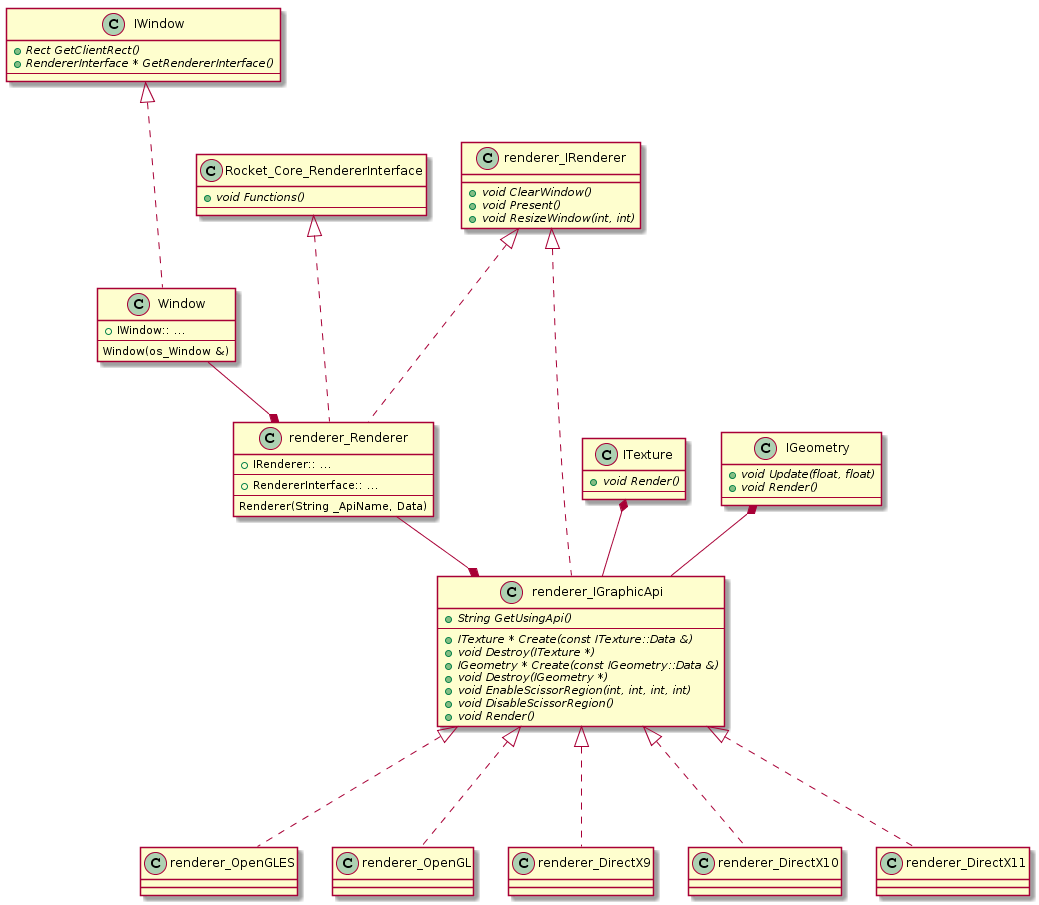
The PlantUML diagram Covellitepp/Classes.png in Unicornum/Unicornum.github.io, before a commit.
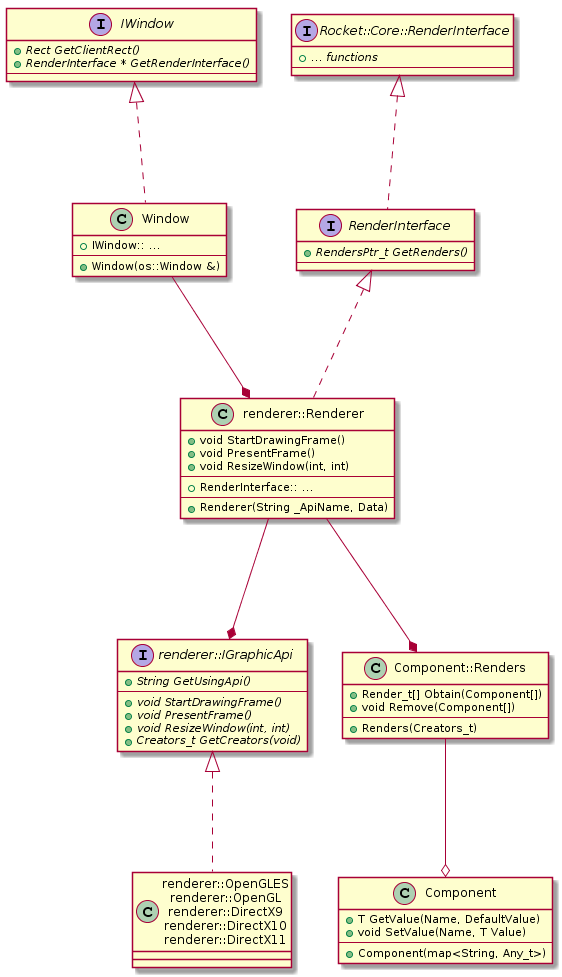
The same file after the commit.

What changed in the source:
```diff
@@ -1,61 +1,78 @@
 @startuml
-IWindow : {abstract} + Rect GetClientRect()
-IWindow : {abstract} + RendererInterface * GetRendererInterface()
-IWindow : ---
+interface IWindow
+{
+  {abstract} + Rect GetClientRect()
+  {abstract} + RenderInterface * GetRenderInterface()
+  ---
+}
+
+class Window
+{
+  + IWindow:: ...
+  ---
+  + Window(os::Window &)
+}
 
 IWindow <|-.- Window
 
-Rocket_Core_RendererInterface : {abstract} + void Functions()
-Rocket_Core_RendererInterface : ---
+class Renderer as "renderer::Renderer"
+{
+  + void StartDrawingFrame()
+  + void PresentFrame()
+  + void ResizeWindow(int, int)
+  ---
+  + RenderInterface:: ...
+  ---
+  + Renderer(String _ApiName, Data)
+}
 
-renderer_IRenderer : {abstract} + void ClearWindow()
-renderer_IRenderer : {abstract} + void Present()
-renderer_IRenderer : {abstract} + void ResizeWindow(int, int)
+Window ---* Renderer
 
-renderer_IRenderer <|-.- renderer_Renderer
+interface Rocket_Core_RenderInterface as "Rocket::Core::RenderInterface"
+{
+  {abstract} + ... functions
+  ---
+}
 
-renderer_Renderer : + IRenderer:: ...
-renderer_Renderer : ---
-renderer_Renderer : + RendererInterface:: ...
-renderer_Renderer : ---
-renderer_Renderer : Renderer(String _ApiName, Data)
+interface RenderInterface
+{
+  {abstract} + RendersPtr_t GetRenders()
+  ---
+}
 
-Rocket_Core_RendererInterface <|-.- renderer_Renderer
+Rocket_Core_RenderInterface <|-.- RenderInterface
+RenderInterface <|-.- Renderer
 
-Window : + IWindow:: ...
-Window : ---
-Window : Window(os_Window &)
+interface IGraphicApi as "renderer::IGraphicApi"
+{
+  {abstract} + String GetUsingApi()
+  ---
+  {abstract} + void StartDrawingFrame()
+  {abstract} + void PresentFrame()
+  {abstract} + void ResizeWindow(int, int)
+  {abstract} + Creators_t GetCreators(void)
+}
 
-Window --* renderer_Renderer
+Renderer ---* IGraphicApi
 
-renderer_IRenderer <|-.- renderer_IGraphicApi
+IGraphicApi <|-.- "renderer::OpenGLES\nrenderer::OpenGL\nrenderer::DirectX9\nrenderer::DirectX10\nrenderer::DirectX11"
 
-renderer_IGraphicApi : {abstract} + String GetUsingApi()
-renderer_IGraphicApi : ---
-renderer_IGraphicApi : {abstract} + ITexture * Create(const ITexture::Data &)
-renderer_IGraphicApi : {abstract} + void Destroy(ITexture *)
-renderer_IGraphicApi : {abstract} + IGeometry * Create(const IGeometry::Data &)
-renderer_IGraphicApi : {abstract} + void Destroy(IGeometry *)
-renderer_IGraphicApi : {abstract} + void EnableScissorRegion(int, int, int, int)
-renderer_IGraphicApi : {abstract} + void DisableScissorRegion()
-renderer_IGraphicApi : {abstract} + void Render()
+class Component
+{
+  + T GetValue(Name, DefaultValue)
+  + void SetValue(Name, T Value)
+  ---
+  + Component(map<String, Any_t>)
+}
 
-ITexture : {abstract} + void Render()
-ITexture : ---
+class Renders as "Component::Renders"
+{
+  + Render_t[] Obtain(Component[])
+  + void Remove(Component[])
+  ---
+  + Renders(Creators_t)
+}
 
-ITexture *-- renderer_IGraphicApi
-
-IGeometry : {abstract} + void Update(float, float)
-IGeometry : {abstract} + void Render()
-IGeometry : ---
-
-IGeometry *-- renderer_IGraphicApi
-
-renderer_Renderer --* renderer_IGraphicApi
-
-renderer_IGraphicApi <|-.- renderer_OpenGLES
-renderer_IGraphicApi <|-.- renderer_OpenGL
-renderer_IGraphicApi <|-.- renderer_DirectX9
-renderer_IGraphicApi <|-.- renderer_DirectX10
-renderer_IGraphicApi <|-.- renderer_DirectX11
+Renderer ---* Renders
+Renders ---o Component
 @enduml
```
